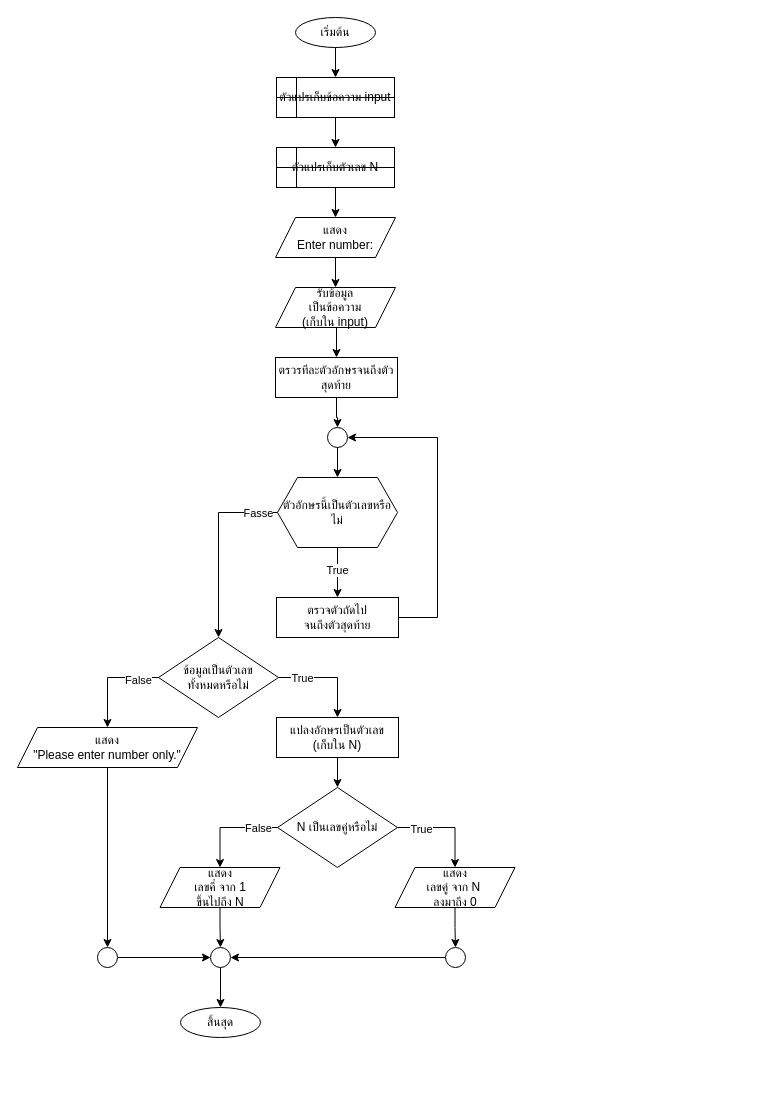
The draw.io diagram Lab06/lab06-017-flowchart.drawio in PooH017-4/ENGCC304, before the edit. Source tidied: cells renumbered, new cells numbered last; positions are measured from the earlier drawing's top-left corner, leaving out a move shared by most shapes. Both pictures are drawn from the tidied source at 100%, with x=0, y=0 at pixel (17, 17).
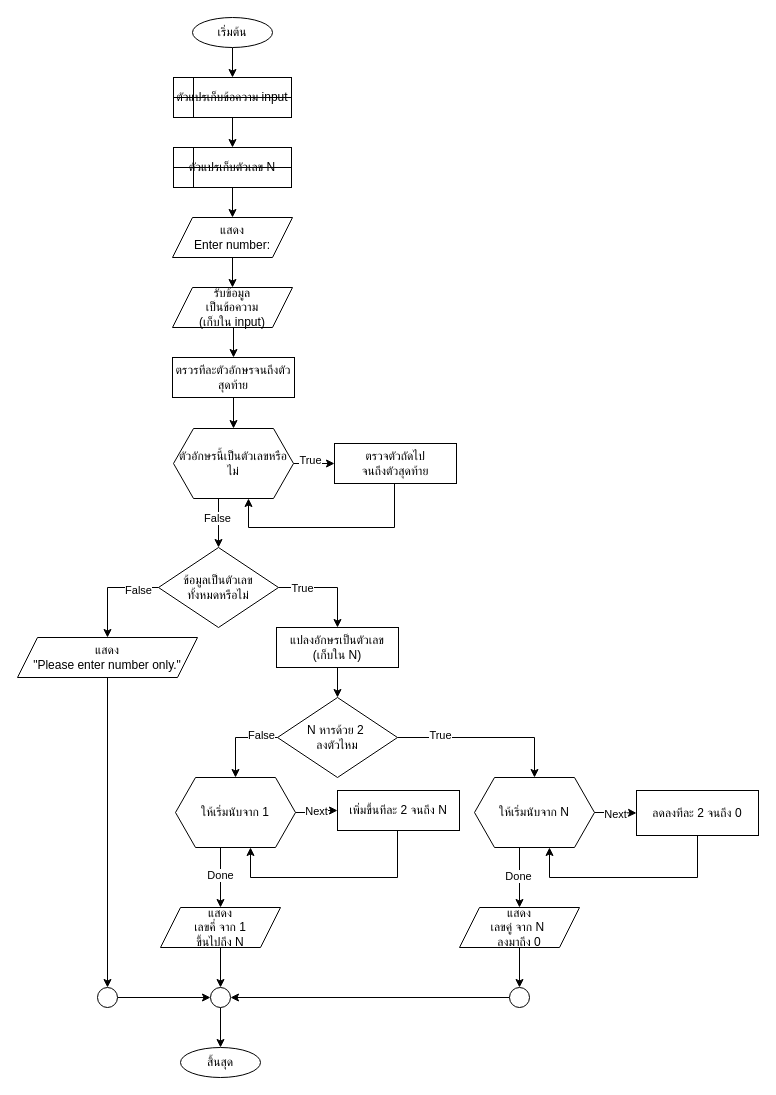
Above is the later version.

The change refers to these unchanged cells:
```xml
<mxCell id="20" style="edgeStyle=orthogonalEdgeStyle;rounded=0;jettySize=auto;html=1;" parent="1" edge="1" source="24" target="28">
  <mxGeometry relative="1" as="geometry" />
</mxCell>
```

Change to the diagram source:
```diff
@@
     <mxCell id="3" value="เริ่มต้น" style="ellipse;whiteSpace=wrap;html=1;" parent="1" vertex="1">
-      <mxGeometry x="278" width="80" height="30" as="geometry" />
+      <mxGeometry x="175" width="80" height="30" as="geometry" />
     </mxCell>
     <mxCell id="4" value="สิ้นสุด" style="ellipse;whiteSpace=wrap;html=1;" parent="1" vertex="1">
-      <mxGeometry x="163" y="990" width="80" height="30" as="geometry" />
+      <mxGeometry x="163" y="1030" width="80" height="30" as="geometry" />
     </mxCell>
@@
     <mxCell id="6" value="ตัวแปรเก็บข้อความ input" style="shape=internalStorage;whiteSpace=wrap;html=1;backgroundOutline=1;" parent="1" vertex="1">
-      <mxGeometry x="259" y="60" width="118" height="40" as="geometry" />
+      <mxGeometry x="156" y="60" width="118" height="40" as="geometry" />
     </mxCell>
@@
     <mxCell id="8" value="ตัวแปรเก็บตัวเลข N" style="shape=internalStorage;whiteSpace=wrap;html=1;backgroundOutline=1;" parent="1" vertex="1">
-      <mxGeometry x="259" y="130" width="118" height="40" as="geometry" />
+      <mxGeometry x="156" y="130" width="118" height="40" as="geometry" />
     </mxCell>
@@
     <mxCell id="10" value="แสดง&lt;div&gt;Enter number:&lt;/div&gt;" style="shape=parallelogram;perimeter=parallelogramPerimeter;whiteSpace=wrap;html=1;fixedSize=1;" parent="1" vertex="1">
-      <mxGeometry x="258" y="200" width="120" height="40" as="geometry" />
+      <mxGeometry x="155" y="200" width="120" height="40" as="geometry" />
     </mxCell>
@@
     <mxCell id="12" value="รับข้อมูล&lt;div&gt;เป็นข้อความ&lt;/div&gt;&lt;div&gt;(เก็บใน input)&lt;/div&gt;" style="shape=parallelogram;perimeter=parallelogramPerimeter;whiteSpace=wrap;html=1;fixedSize=1;" parent="1" vertex="1">
-      <mxGeometry x="258" y="270" width="120" height="40" as="geometry" />
+      <mxGeometry x="155" y="270" width="120" height="40" as="geometry" />
     </mxCell>
-    <mxCell id="13" style="edgeStyle=orthogonalEdgeStyle;rounded=0;jettySize=auto;html=1;" parent="1" edge="1" source="14" target="26">
-      <mxGeometry relative="1" as="geometry" />
-    </mxCell>
+    <mxCell id="48" style="edgeStyle=orthogonalEdgeStyle;rounded=0;jettySize=auto;html=1;" parent="1" edge="1" source="14" target="24">
+      <mxGeometry relative="1" as="geometry" />
+    </mxCell>
     <mxCell id="14" value="ตรวรทีละตัวอักษรจนถึงตัวสุดท้าย" style="rounded=0;whiteSpace=wrap;html=1;" parent="1" vertex="1">
-      <mxGeometry x="258" y="340" width="122" height="40" as="geometry" />
+      <mxGeometry x="155" y="340" width="122" height="40" as="geometry" />
     </mxCell>
@@
     <mxCell id="19" value="ข้อมูลเป็นตัวเลข&lt;div&gt;ทั้งหมดหรือไม่&lt;/div&gt;" style="rhombus;whiteSpace=wrap;html=1;" parent="1" vertex="1">
-      <mxGeometry x="141" y="620" width="120" height="80" as="geometry" />
+      <mxGeometry x="141" y="530" width="120" height="80" as="geometry" />
     </mxCell>
@@
-    <mxCell id="21" value="True" style="edgeLabel;html=1;align=center;verticalAlign=middle;" parent="20" vertex="1">
-      <mxGeometry x="-0.14" y="-1" relative="1" as="geometry" />
-    </mxCell>
+    <mxCell id="49" value="True" style="edgeLabel;html=1;align=center;verticalAlign=middle;" parent="20" vertex="1">
+      <mxGeometry x="-0.22" y="4" relative="1" as="geometry" />
+    </mxCell>
-    <mxCell id="22" style="edgeStyle=orthogonalEdgeStyle;rounded=0;jettySize=auto;html=1;exitX=0;exitY=0.5;exitDx=0;exitDy=0;entryX=0.5;entryY=0;entryDx=0;entryDy=0;" parent="1" edge="1" source="24" target="19">
+    <mxCell id="22" style="edgeStyle=orthogonalEdgeStyle;rounded=0;jettySize=auto;html=1;exitX=0.375;exitY=1;exitDx=0;exitDy=0;entryX=0.5;entryY=0;entryDx=0;entryDy=0;" parent="1" edge="1" source="24" target="19">
       <mxGeometry relative="1" as="geometry" />
     </mxCell>
-    <mxCell id="23" value="Fasse" style="edgeLabel;html=1;align=center;verticalAlign=middle;" parent="22" vertex="1">
-      <mxGeometry x="-0.51" y="-2" relative="1" as="geometry">
-        <mxPoint x="25" y="2" as="offset" />
-      </mxGeometry>
-    </mxCell>
+    <mxCell id="50" value="False" style="edgeLabel;html=1;align=center;verticalAlign=middle;" parent="22" vertex="1">
+      <mxGeometry x="-0.21" y="-2" relative="1" as="geometry" />
+    </mxCell>
     <mxCell id="24" value="ตัวอักษรนี้เป็นตัวเลขหรือไม่" style="shape=hexagon;perimeter=hexagonPerimeter2;whiteSpace=wrap;html=1;fixedSize=1;" parent="1" vertex="1">
-      <mxGeometry x="260" y="460" width="120" height="70" as="geometry" />
+      <mxGeometry x="156" y="411" width="120" height="70" as="geometry" />
     </mxCell>
-    <mxCell id="25" style="edgeStyle=orthogonalEdgeStyle;rounded=0;jettySize=auto;html=1;" parent="1" edge="1" source="26" target="24">
-      <mxGeometry relative="1" as="geometry" />
-    </mxCell>
-    <mxCell id="26" style="ellipse;whiteSpace=wrap;html=1;" parent="1" vertex="1">
-      <mxGeometry x="310" y="410" width="20" height="20" as="geometry" />
-    </mxCell>
-    <mxCell id="27" style="edgeStyle=orthogonalEdgeStyle;rounded=0;jettySize=auto;html=1;exitX=1;exitY=0.5;exitDx=0;exitDy=0;entryX=1;entryY=0.5;entryDx=0;entryDy=0;" parent="1" edge="1" source="28" target="26">
-      <mxGeometry relative="1" as="geometry">
-        <Array as="points">
-          <mxPoint x="420" y="600" />
-          <mxPoint x="420" y="420" />
-        </Array>
-      </mxGeometry>
-    </mxCell>
+    <mxCell id="51" style="edgeStyle=orthogonalEdgeStyle;rounded=0;jettySize=auto;html=1;exitX=0.5;exitY=1;exitDx=0;exitDy=0;entryX=0.625;entryY=1;entryDx=0;entryDy=0;" parent="1" edge="1" source="28" target="24">
+      <mxGeometry relative="1" as="geometry">
+        <Array as="points">
+          <mxPoint x="377" y="466" />
+          <mxPoint x="377" y="510" />
+          <mxPoint x="231" y="510" />
+        </Array>
+      </mxGeometry>
+    </mxCell>
     <mxCell id="28" value="ตรวจตัวถัดไป&lt;div&gt;จนถึงตัวสุดท้าย&lt;/div&gt;" style="rounded=0;whiteSpace=wrap;html=1;" parent="1" vertex="1">
-      <mxGeometry x="259" y="580" width="122" height="40" as="geometry" />
+      <mxGeometry x="317" y="426" width="122" height="40" as="geometry" />
     </mxCell>
@@
     <mxCell id="30" value="แปลงอักษรเป็นตัวเลข&lt;div&gt;(เก็บใน N)&lt;/div&gt;" style="rounded=0;whiteSpace=wrap;html=1;" parent="1" vertex="1">
-      <mxGeometry x="259" y="700" width="122" height="40" as="geometry" />
+      <mxGeometry x="259" y="610" width="122" height="40" as="geometry" />
     </mxCell>
@@
     <mxCell id="32" value="แสดง&lt;div&gt;&quot;Please enter number only.&quot;&lt;/div&gt;" style="shape=parallelogram;perimeter=parallelogramPerimeter;whiteSpace=wrap;html=1;fixedSize=1;" parent="1" vertex="1">
-      <mxGeometry y="710" width="180" height="40" as="geometry" />
+      <mxGeometry y="620" width="180" height="40" as="geometry" />
     </mxCell>
-    <mxCell id="33" style="edgeStyle=orthogonalEdgeStyle;rounded=0;jettySize=auto;html=1;exitX=1;exitY=0.5;exitDx=0;exitDy=0;entryX=0.5;entryY=0;entryDx=0;entryDy=0;" parent="1" edge="1" source="37" target="39">
-      <mxGeometry relative="1" as="geometry" />
-    </mxCell>
-    <mxCell id="34" value="True" style="edgeLabel;html=1;align=center;verticalAlign=middle;" parent="33" vertex="1">
-      <mxGeometry x="-0.53" y="-1" relative="1" as="geometry" />
-    </mxCell>
-    <mxCell id="35" style="edgeStyle=orthogonalEdgeStyle;rounded=0;jettySize=auto;html=1;exitX=0;exitY=0.5;exitDx=0;exitDy=0;entryX=0.5;entryY=0;entryDx=0;entryDy=0;" parent="1" edge="1" source="37" target="41">
-      <mxGeometry relative="1" as="geometry" />
-    </mxCell>
-    <mxCell id="36" value="False" style="edgeLabel;html=1;align=center;verticalAlign=middle;" parent="35" vertex="1">
-      <mxGeometry x="-0.59" relative="1" as="geometry" />
-    </mxCell>
+    <mxCell id="52" style="edgeStyle=orthogonalEdgeStyle;rounded=0;jettySize=auto;html=1;exitX=1;exitY=0.5;exitDx=0;exitDy=0;entryX=0.5;entryY=0;entryDx=0;entryDy=0;" parent="1" edge="1" source="37" target="60">
+      <mxGeometry relative="1" as="geometry" />
+    </mxCell>
+    <mxCell id="53" value="True" style="edgeLabel;html=1;align=center;verticalAlign=middle;" parent="52" vertex="1">
+      <mxGeometry x="-0.53" y="3" relative="1" as="geometry" />
+    </mxCell>
+    <mxCell id="54" style="edgeStyle=orthogonalEdgeStyle;rounded=0;jettySize=auto;html=1;exitX=0;exitY=0.5;exitDx=0;exitDy=0;entryX=0.5;entryY=0;entryDx=0;entryDy=0;" parent="1" edge="1" source="37" target="65">
+      <mxGeometry relative="1" as="geometry" />
+    </mxCell>
+    <mxCell id="55" value="False" style="edgeLabel;html=1;align=center;verticalAlign=middle;" parent="54" vertex="1">
+      <mxGeometry x="-0.58" y="-3" relative="1" as="geometry" />
+    </mxCell>
-    <mxCell id="37" value="N เป็นเลขคู่หรือไม่" style="rhombus;whiteSpace=wrap;html=1;" parent="1" vertex="1">
-      <mxGeometry x="260" y="770" width="120" height="80" as="geometry" />
+    <mxCell id="37" value="N หารด้วย 2&amp;nbsp;&lt;div&gt;ลงตัวไหม&lt;/div&gt;" style="rhombus;whiteSpace=wrap;html=1;" parent="1" vertex="1">
+      <mxGeometry x="260" y="680" width="120" height="80" as="geometry" />
     </mxCell>
@@
     <mxCell id="39" value="แสดง&lt;div&gt;เลขคู่ จาก N&amp;nbsp;&lt;/div&gt;&lt;div&gt;ลงมาถึง 0&lt;/div&gt;" style="shape=parallelogram;perimeter=parallelogramPerimeter;whiteSpace=wrap;html=1;fixedSize=1;" parent="1" vertex="1">
-      <mxGeometry x="377.5" y="850" width="120" height="40" as="geometry" />
+      <mxGeometry x="442" y="890" width="120" height="40" as="geometry" />
     </mxCell>
@@
     <mxCell id="41" value="แสดง&lt;div&gt;เลขคี่ จาก 1&lt;/div&gt;&lt;div&gt;ขึ้นไปถึง N&lt;/div&gt;" style="shape=parallelogram;perimeter=parallelogramPerimeter;whiteSpace=wrap;html=1;fixedSize=1;" parent="1" vertex="1">
-      <mxGeometry x="142.5" y="850" width="120" height="40" as="geometry" />
+      <mxGeometry x="143" y="890" width="120" height="40" as="geometry" />
     </mxCell>
@@
     <mxCell id="43" style="ellipse;whiteSpace=wrap;html=1;" parent="1" vertex="1">
-      <mxGeometry x="428" y="930" width="20" height="20" as="geometry" />
+      <mxGeometry x="492" y="970" width="20" height="20" as="geometry" />
     </mxCell>
@@
     <mxCell id="45" style="ellipse;whiteSpace=wrap;html=1;" parent="1" vertex="1">
-      <mxGeometry x="193" y="930" width="20" height="20" as="geometry" />
+      <mxGeometry x="193" y="970" width="20" height="20" as="geometry" />
     </mxCell>
@@
     <mxCell id="47" style="ellipse;whiteSpace=wrap;html=1;" parent="1" vertex="1">
-      <mxGeometry x="80" y="930" width="20" height="20" as="geometry" />
+      <mxGeometry x="80" y="970" width="20" height="20" as="geometry" />
     </mxCell>
+    <mxCell id="56" style="edgeStyle=orthogonalEdgeStyle;rounded=0;jettySize=auto;html=1;" parent="1" edge="1" source="60" target="67">
+      <mxGeometry relative="1" as="geometry" />
+    </mxCell>
+    <mxCell id="57" value="Next" style="edgeLabel;html=1;align=center;verticalAlign=middle;" parent="56" vertex="1">
+      <mxGeometry x="-0.05" y="-1" relative="1" as="geometry" />
+    </mxCell>
+    <mxCell id="58" style="edgeStyle=orthogonalEdgeStyle;rounded=0;jettySize=auto;html=1;exitX=0.375;exitY=1;exitDx=0;exitDy=0;entryX=0.5;entryY=0;entryDx=0;entryDy=0;" parent="1" edge="1" source="60" target="39">
+      <mxGeometry relative="1" as="geometry" />
+    </mxCell>
+    <mxCell id="59" value="Done" style="edgeLabel;html=1;align=center;verticalAlign=middle;" parent="58" vertex="1">
+      <mxGeometry x="-0.06" y="-2" relative="1" as="geometry" />
+    </mxCell>
+    <mxCell id="60" value="ให้เริ่มนับจาก N" style="shape=hexagon;perimeter=hexagonPerimeter2;whiteSpace=wrap;html=1;fixedSize=1;" parent="1" vertex="1">
+      <mxGeometry x="457" y="760" width="120" height="70" as="geometry" />
+    </mxCell>
+    <mxCell id="61" style="edgeStyle=orthogonalEdgeStyle;rounded=0;jettySize=auto;html=1;" parent="1" edge="1" source="65" target="69">
+      <mxGeometry relative="1" as="geometry" />
+    </mxCell>
+    <mxCell id="62" value="Next" style="edgeLabel;html=1;align=center;verticalAlign=middle;" parent="61" vertex="1">
+      <mxGeometry x="-0.08" y="2" relative="1" as="geometry" />
+    </mxCell>
+    <mxCell id="63" style="edgeStyle=orthogonalEdgeStyle;rounded=0;jettySize=auto;html=1;exitX=0.375;exitY=1;exitDx=0;exitDy=0;entryX=0.5;entryY=0;entryDx=0;entryDy=0;" parent="1" edge="1" source="65" target="41">
+      <mxGeometry relative="1" as="geometry" />
+    </mxCell>
+    <mxCell id="64" value="Done" style="edgeLabel;html=1;align=center;verticalAlign=middle;" parent="63" vertex="1">
+      <mxGeometry x="-0.11" y="-1" relative="1" as="geometry" />
+    </mxCell>
+    <mxCell id="65" value="ให้เริ่มนับจาก 1" style="shape=hexagon;perimeter=hexagonPerimeter2;whiteSpace=wrap;html=1;fixedSize=1;" parent="1" vertex="1">
+      <mxGeometry x="158" y="760" width="120" height="70" as="geometry" />
+    </mxCell>
+    <mxCell id="66" style="edgeStyle=orthogonalEdgeStyle;rounded=0;jettySize=auto;html=1;exitX=0.5;exitY=1;exitDx=0;exitDy=0;entryX=0.625;entryY=1;entryDx=0;entryDy=0;" parent="1" edge="1" source="67" target="60">
+      <mxGeometry relative="1" as="geometry">
+        <Array as="points">
+          <mxPoint x="680" y="860" />
+          <mxPoint x="532" y="860" />
+        </Array>
+      </mxGeometry>
+    </mxCell>
+    <mxCell id="67" value="ลดลงทีละ 2 จนถึง 0" style="rounded=0;whiteSpace=wrap;html=1;" parent="1" vertex="1">
+      <mxGeometry x="619" y="773" width="122" height="45" as="geometry" />
+    </mxCell>
+    <mxCell id="68" style="edgeStyle=orthogonalEdgeStyle;rounded=0;jettySize=auto;html=1;exitX=0.5;exitY=1;exitDx=0;exitDy=0;entryX=0.625;entryY=1;entryDx=0;entryDy=0;" parent="1" edge="1" source="69" target="65">
+      <mxGeometry relative="1" as="geometry">
+        <Array as="points">
+          <mxPoint x="380" y="813" />
+          <mxPoint x="380" y="860" />
+          <mxPoint x="233" y="860" />
+        </Array>
+      </mxGeometry>
+    </mxCell>
+    <mxCell id="69" value="เพิ่มขึ้นทีละ 2 จนถึง N" style="rounded=0;whiteSpace=wrap;html=1;" parent="1" vertex="1">
+      <mxGeometry x="320" y="773" width="122" height="40" as="geometry" />
+    </mxCell>
```
